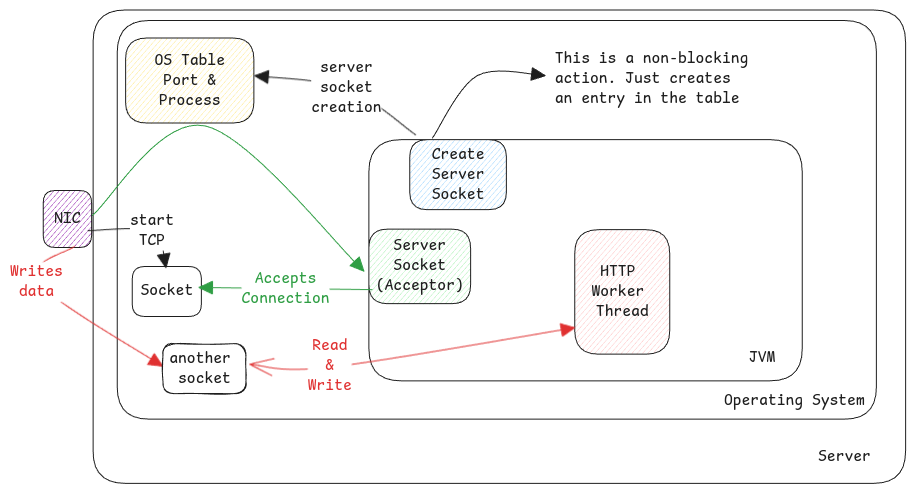
Above: static/img/ports-sockets.excalidraw.png in swaroopar/inprogress-engineer (Excalidraw), before the change. Source tidied: one line per element, renumbered; positions are measured from the earlier drawing's top-left corner, leaving out a move shared by most shapes.
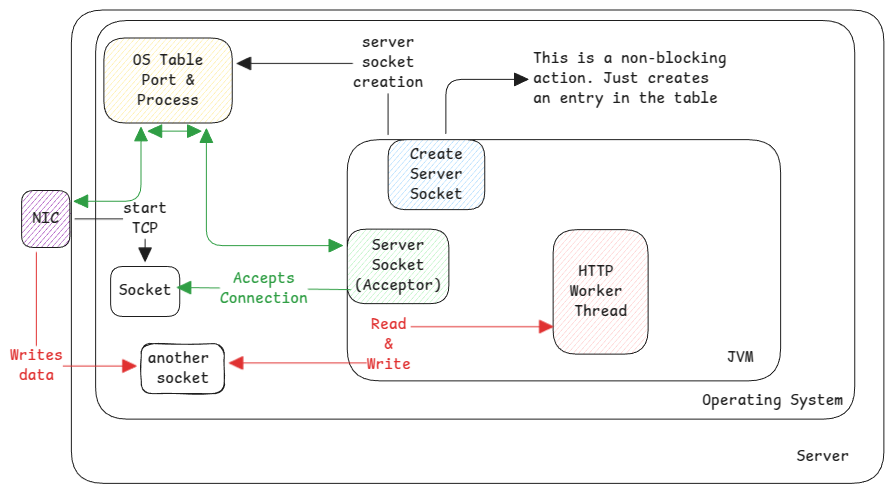
After the commit.

The edit, as a diff of the source:
```diff
@@ -4,8 +4,8 @@
 {"id": 3, "type": "rectangle", "strokeColor": "#1e1e1e", "strokeWidth": 1, "roughness": 0, "round": true, "x": 359, "y": 130, "width": 433, "height": 241}
 {"id": 4, "type": "text", "text": "Server", "strokeColor": "#1e1e1e", "strokeWidth": 1, "roughness": 0, "fontSize": 16, "fontFamily": 8, "x": 808, "y": 437, "width": 53, "height": 20}
 {"id": 5, "type": "text", "text": "JVM", "strokeColor": "#1e1e1e", "strokeWidth": 1, "roughness": 0, "fontSize": 16, "fontFamily": 8, "x": 739, "y": 338, "width": 26, "height": 20}
-{"id": 6, "type": "arrow", "strokeColor": "#1e1e1e", "strokeWidth": 1, "roughness": 0, "endArrowhead": "triangle", "round": true, "from": 3, "to": 1, "x": 406, "y": 125, "width": 161, "height": 59, "points": [[0, 0], [-69, -46], [-161, -59]]}
+{"id": 6, "type": "arrow", "strokeColor": "#1e1e1e", "strokeWidth": 1, "roughness": 0, "endArrowhead": "triangle", "from": 8, "x": 400, "y": 125, "width": 151, "height": 71, "points": [[0, 0], [0, -71], [-151, -71]]}
-{"id": 7, "type": "text", "text": "server\nsocket\ncreation", "strokeColor": "#1e1e1e", "strokeWidth": 2, "roughness": 0, "fontSize": 16, "fontFamily": 8, "textAlign": "center", "verticalAlign": "middle", "inside": 6, "x": 301, "y": 48, "width": 70, "height": 60}
+{"id": 7, "type": "text", "text": "server\nsocket\ncreation", "strokeColor": "#1e1e1e", "strokeWidth": 2, "roughness": 0, "fontSize": 16, "fontFamily": 8, "textAlign": "center", "verticalAlign": "middle", "inside": 6, "x": 365, "y": 26, "width": 70, "height": 60}
 {"id": 8, "type": "rectangle", "strokeColor": "#1e1e1e", "backgroundColor": "#a5d8ff", "fillStyle": "hachure", "strokeWidth": 1, "roughness": 0, "round": true, "x": 400, "y": 130, "width": 97, "height": 70}
 {"id": 9, "type": "text", "text": "Create\nServer\nSocket", "strokeColor": "#1e1e1e", "strokeWidth": 2, "roughness": 0, "fontSize": 16, "fontFamily": 8, "textAlign": "center", "verticalAlign": "middle", "inside": 8, "x": 422, "y": 135, "width": 53, "height": 60}
 {"id": 10, "type": "rectangle", "strokeColor": "#1e1e1e", "backgroundColor": "#9c36b5", "fillStyle": "hachure", "strokeWidth": 1, "roughness": 0, "round": true, "x": 33, "y": 181, "width": 48, "height": 57}
@@ -14,20 +14,22 @@
 {"id": 13, "type": "text", "text": "Operating System", "strokeColor": "#1e1e1e", "strokeWidth": 1, "roughness": 0, "fontSize": 16, "fontFamily": 8, "x": 714, "y": 381, "width": 141, "height": 20}
 {"id": 14, "type": "rectangle", "strokeColor": "#1e1e1e", "backgroundColor": "#b2f2bb", "fillStyle": "hachure", "strokeWidth": 1, "roughness": 0, "round": true, "x": 359, "y": 219, "width": 102, "height": 74}
 {"id": 15, "type": "text", "text": "Server\nSocket\n(Acceptor)", "strokeColor": "#1e1e1e", "strokeWidth": 2, "roughness": 0, "fontSize": 16, "fontFamily": 8, "textAlign": "center", "verticalAlign": "middle", "inside": 14, "x": 366, "y": 226, "width": 88, "height": 60}
-{"id": 16, "type": "arrow", "strokeColor": "#2f9e44", "strokeWidth": 1, "roughness": 0, "endArrowhead": "triangle", "round": true, "from": 12, "to": 14, "x": 82, "y": 206, "width": 272, "height": 145, "points": [[0, 0], [112, -90], [272, 56]]}
 {"id": 17, "type": "rectangle", "strokeColor": "#1e1e1e", "strokeWidth": 1, "roughness": 0, "round": true, "x": 122, "y": 256, "width": 69, "height": 50}
 {"id": 18, "type": "text", "text": "Socket", "strokeColor": "#1e1e1e", "strokeWidth": 2, "roughness": 0, "fontSize": 16, "fontFamily": 8, "textAlign": "center", "verticalAlign": "middle", "inside": 17, "x": 130, "y": 271, "width": 53, "height": 20}
 {"id": 19, "type": "arrow", "strokeColor": "#2f9e44", "strokeWidth": 1, "roughness": 0, "endArrowhead": "triangle", "round": true, "x": 362, "y": 280, "width": 173, "height": 2, "points": [[0, 0], [-173, -2]]}
 {"id": 20, "type": "text", "text": "Accepts\nConnection", "strokeColor": "#2f9e44", "backgroundColor": "#b2f2bb", "fillStyle": "hachure", "strokeWidth": 2, "roughness": 0, "fontSize": 16, "fontFamily": 8, "textAlign": "center", "verticalAlign": "middle", "inside": 19, "x": 232, "y": 259, "width": 88, "height": 40}
 {"id": 21, "type": "rectangle", "strokeColor": "#1e1e1e", "backgroundColor": "#ffc9c9", "fillStyle": "hachure", "strokeWidth": 1, "roughness": 0, "round": true, "x": 565, "y": 220, "width": 95, "height": 124}
 {"id": 22, "type": "text", "text": "HTTP \nWorker \nThread", "strokeColor": "#1e1e1e", "strokeWidth": 2, "roughness": 0, "fontSize": 16, "fontFamily": 8, "textAlign": "center", "verticalAlign": "middle", "inside": 21, "x": 581, "y": 252, "width": 62, "height": 60}
-{"id": 23, "type": "arrow", "strokeColor": "#e03131", "strokeWidth": 1, "roughness": 0, "startArrowhead": "arrow", "endArrowhead": "triangle", "round": true, "to": 21, "x": 240, "y": 353, "width": 325, "height": 39, "points": [[0, 0], [80, 3], [325, -36]]}
+{"id": 23, "type": "arrow", "strokeColor": "#e03131", "strokeWidth": 1, "roughness": 0, "startArrowhead": "triangle", "endArrowhead": "triangle", "from": 29, "to": 21, "x": 241, "y": 353, "width": 324, "height": 36, "points": [[0, 0], [159, 0], [159, -36], [324, -36]]}
 {"id": 24, "type": "text", "text": "Read\n&\nWrite", "strokeColor": "#e03131", "backgroundColor": "#b2f2bb", "fillStyle": "hachure", "strokeWidth": 2, "roughness": 0, "fontSize": 16, "fontFamily": 8, "textAlign": "center", "verticalAlign": "middle", "inside": 23, "x": 298, "y": 326, "width": 44, "height": 60}
-{"id": 25, "type": "arrow", "strokeColor": "#e03131", "backgroundColor": "#b2f2bb", "fillStyle": "hachure", "strokeWidth": 1, "roughness": 0, "endArrowhead": "triangle", "round": true, "from": 0, "to": 29, "x": 63, "y": 236, "width": 125, "height": 120, "points": [[0, 0], [-37, 36], [88, 120]]}
+{"id": 25, "type": "arrow", "strokeColor": "#e03131", "backgroundColor": "#b2f2bb", "fillStyle": "hachure", "strokeWidth": 1, "roughness": 0, "endArrowhead": "triangle", "from": 10, "to": 29, "x": 48, "y": 242, "width": 100, "height": 114, "points": [[0, 0], [0, 114], [100, 114]]}
-{"id": 26, "type": "text", "text": "Writes\ndata", "strokeColor": "#e03131", "backgroundColor": "#b2f2bb", "fillStyle": "hachure", "strokeWidth": 2, "roughness": 0, "fontSize": 16, "fontFamily": 8, "textAlign": "center", "verticalAlign": "middle", "inside": 25, "x": 0, "y": 252, "width": 53, "height": 40}
+{"id": 26, "type": "text", "text": "Writes\ndata", "strokeColor": "#e03131", "backgroundColor": "#b2f2bb", "fillStyle": "hachure", "strokeWidth": 2, "roughness": 0, "fontSize": 16, "fontFamily": 8, "textAlign": "center", "verticalAlign": "middle", "inside": 25, "x": 81, "y": 276, "width": 53, "height": 40}
-{"id": 27, "type": "arrow", "strokeColor": "#1e1e1e", "backgroundColor": "#9c36b5", "fillStyle": "hachure", "strokeWidth": 1, "roughness": 0, "endArrowhead": "triangle", "round": true, "from": 8, "to": 28, "x": 422, "y": 128, "width": 113, "height": 63, "points": [[0, 0], [45, -63], [113, -63]]}
+{"id": 27, "type": "arrow", "strokeColor": "#1e1e1e", "backgroundColor": "#9c36b5", "fillStyle": "hachure", "strokeWidth": 1, "roughness": 0, "endArrowhead": "triangle", "from": 8, "to": 28, "x": 458, "y": 124, "width": 82, "height": 54, "points": [[0, 0], [0, -54], [82, -54]]}
 {"id": 28, "type": "text", "text": "This is a non-blocking \naction. Just creates\nan entry in the table", "strokeColor": "#1e1e1e", "backgroundColor": "#9c36b5", "fillStyle": "hachure", "strokeWidth": 1, "roughness": 0, "fontSize": 16, "fontFamily": 8, "x": 545, "y": 39, "width": 202, "height": 60}
 {"id": 29, "type": "rectangle", "strokeColor": "#1e1e1e", "strokeWidth": 1, "roughness": 1, "round": true, "x": 153, "y": 334, "width": 83, "height": 50}
 {"id": 30, "type": "text", "text": "another \nsocket", "strokeColor": "#1e1e1e", "strokeWidth": 2, "roughness": 1, "fontSize": 16, "fontFamily": 8, "textAlign": "center", "verticalAlign": "middle", "inside": 29, "x": 159, "y": 339, "width": 70, "height": 40}
-{"id": 31, "type": "arrow", "strokeColor": "#1e1e1e", "strokeWidth": 1, "roughness": 0, "endArrowhead": "triangle", "round": true, "from": 12, "to": 17, "x": 78, "y": 220, "width": 78, "height": 37, "points": [[0, 0], [64, 1], [78, 37]]}
+{"id": 31, "type": "arrow", "strokeColor": "#1e1e1e", "strokeWidth": 1, "roughness": 0, "endArrowhead": "triangle", "from": 12, "to": 17, "x": 87, "y": 209, "width": 70, "height": 43, "points": [[0, 0], [70, 0], [70, 43]]}
 {"id": 32, "type": "text", "text": "start\nTCP", "strokeColor": "#1e1e1e", "strokeWidth": 2, "roughness": 0, "fontSize": 16, "fontFamily": 8, "textAlign": "center", "verticalAlign": "middle", "inside": 31, "x": 143, "y": 183, "width": 44, "height": 40}
+{"id": 33, "type": "arrow", "strokeColor": "#2f9e44", "strokeWidth": 1, "roughness": 0, "startArrowhead": "triangle", "endArrowhead": "triangle", "from": 10, "to": 1, "x": 86, "y": 191, "width": 67, "height": 74, "points": [[0, 0], [67, 0], [67, -74]]}
+{"id": 34, "type": "arrow", "strokeColor": "#2f9e44", "strokeWidth": 1, "roughness": 0, "startArrowhead": "triangle", "endArrowhead": "triangle", "from": 1, "to": 14, "x": 218, "y": 119, "width": 136, "height": 117, "points": [[0, 0], [0, 117], [136, 117]]}
+{"id": 35, "type": "arrow", "strokeColor": "#2f9e44", "strokeWidth": 1, "roughness": 0, "startArrowhead": "triangle", "endArrowhead": "triangle", "from": 1, "x": 160, "y": 121, "width": 53, "height": 0, "points": [[0, 0], [53, 0]]}
```
